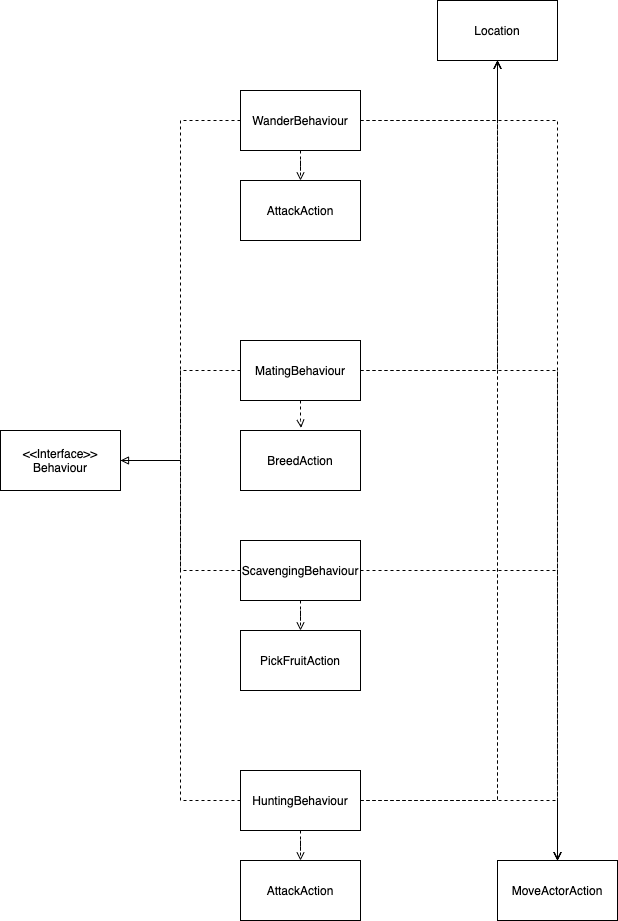
This is docs/FIT2099_A1_UML_Behaviour.png from Nochl/Jurrasic_Park_Sim, a draw.io export, as it was before one commit. Source tidied: cells renumbered, new cells last; positions are measured from the earlier drawing's top-left corner, leaving out a move shared by most shapes. Source of this version:
```xml
<mxGraphModel>
  <root>
    <mxCell id="0" />
    <mxCell id="1" parent="0" />
    <mxCell id="2" style="edgeStyle=orthogonalEdgeStyle;rounded=0;jettySize=auto;html=1;exitX=0;exitY=0.5;exitDx=0;exitDy=0;entryX=1;entryY=0.5;entryDx=0;entryDy=0;dashed=1;endArrow=block;endFill=0;" parent="1" edge="1" source="6" target="22">
      <mxGeometry relative="1" as="geometry">
        <Array as="points">
          <mxPoint x="180" y="120" />
          <mxPoint x="180" y="460" />
        </Array>
      </mxGeometry>
    </mxCell>
    <mxCell id="3" style="edgeStyle=orthogonalEdgeStyle;rounded=0;jettySize=auto;html=1;entryX=0.5;entryY=0;entryDx=0;entryDy=0;dashed=1;endArrow=open;endFill=0;" parent="1" edge="1" source="6" target="24">
      <mxGeometry relative="1" as="geometry" />
    </mxCell>
    <mxCell id="4" style="edgeStyle=orthogonalEdgeStyle;rounded=0;jettySize=auto;html=1;dashed=1;endArrow=open;endFill=0;" parent="1" edge="1" source="6" target="25">
      <mxGeometry relative="1" as="geometry" />
    </mxCell>
    <mxCell id="5" style="edgeStyle=orthogonalEdgeStyle;rounded=0;jettySize=auto;html=1;entryX=0.5;entryY=0;entryDx=0;entryDy=0;dashed=1;endArrow=open;endFill=0;" parent="1" edge="1" source="6" target="28">
      <mxGeometry relative="1" as="geometry" />
    </mxCell>
    <mxCell id="6" value="WanderBehaviour" style="whiteSpace=wrap;html=1;" parent="1" vertex="1">
      <mxGeometry x="240" y="90" width="120" height="60" as="geometry" />
    </mxCell>
    <mxCell id="7" style="edgeStyle=orthogonalEdgeStyle;rounded=0;jettySize=auto;html=1;exitX=0;exitY=0.5;exitDx=0;exitDy=0;entryX=1;entryY=0.5;entryDx=0;entryDy=0;dashed=1;endArrow=none;endFill=0;" parent="1" edge="1" source="11" target="22">
      <mxGeometry relative="1" as="geometry">
        <Array as="points">
          <mxPoint x="180" y="370" />
          <mxPoint x="180" y="460" />
        </Array>
      </mxGeometry>
    </mxCell>
    <mxCell id="8" style="edgeStyle=orthogonalEdgeStyle;rounded=0;jettySize=auto;html=1;entryX=0.5;entryY=0;entryDx=0;entryDy=0;dashed=1;endArrow=open;endFill=0;" parent="1" edge="1" source="11" target="24">
      <mxGeometry relative="1" as="geometry" />
    </mxCell>
    <mxCell id="9" style="edgeStyle=orthogonalEdgeStyle;rounded=0;jettySize=auto;html=1;entryX=0.5;entryY=1;entryDx=0;entryDy=0;dashed=1;endArrow=open;endFill=0;" parent="1" edge="1" source="11" target="25">
      <mxGeometry relative="1" as="geometry" />
    </mxCell>
    <mxCell id="10" style="edgeStyle=orthogonalEdgeStyle;rounded=0;jettySize=auto;html=1;entryX=0.505;entryY=-0.044;entryDx=0;entryDy=0;entryPerimeter=0;dashed=1;endArrow=open;endFill=0;" parent="1" edge="1" source="11" target="27">
      <mxGeometry relative="1" as="geometry" />
    </mxCell>
    <mxCell id="11" value="MatingBehaviour" style="whiteSpace=wrap;html=1;" parent="1" vertex="1">
      <mxGeometry x="240" y="340" width="120" height="60" as="geometry" />
    </mxCell>
    <mxCell id="12" style="edgeStyle=orthogonalEdgeStyle;rounded=0;jettySize=auto;html=1;exitX=0;exitY=0.5;exitDx=0;exitDy=0;entryX=1;entryY=0.5;entryDx=0;entryDy=0;dashed=1;endArrow=none;endFill=0;" parent="1" edge="1" source="17" target="22">
      <mxGeometry relative="1" as="geometry">
        <Array as="points">
          <mxPoint x="180" y="800" />
          <mxPoint x="180" y="460" />
        </Array>
      </mxGeometry>
    </mxCell>
    <mxCell id="13" style="edgeStyle=orthogonalEdgeStyle;rounded=0;jettySize=auto;html=1;dashed=1;endArrow=open;endFill=0;" parent="1" edge="1" source="17" target="23">
      <mxGeometry relative="1" as="geometry" />
    </mxCell>
    <mxCell id="14" style="edgeStyle=orthogonalEdgeStyle;rounded=0;jettySize=auto;html=1;entryX=0.5;entryY=1;entryDx=0;entryDy=0;endArrow=open;endFill=0;dashed=1;" parent="1" edge="1" source="17" target="25">
      <mxGeometry relative="1" as="geometry" />
    </mxCell>
    <mxCell id="15" style="edgeStyle=orthogonalEdgeStyle;rounded=0;jettySize=auto;html=1;dashed=1;endArrow=open;endFill=0;" parent="1" edge="1" source="17">
      <mxGeometry relative="1" as="geometry">
        <mxPoint x="557" y="860" as="targetPoint" />
      </mxGeometry>
    </mxCell>
    <mxCell id="16" style="edgeStyle=orthogonalEdgeStyle;rounded=0;jettySize=auto;html=1;entryX=0.5;entryY=1;entryDx=0;entryDy=0;dashed=1;endArrow=open;endFill=0;" parent="1" edge="1" source="17" target="25">
      <mxGeometry relative="1" as="geometry" />
    </mxCell>
    <mxCell id="17" value="HuntingBehaviour" style="whiteSpace=wrap;html=1;" parent="1" vertex="1">
      <mxGeometry x="240" y="770" width="120" height="60" as="geometry" />
    </mxCell>
    <mxCell id="18" style="edgeStyle=orthogonalEdgeStyle;rounded=0;jettySize=auto;html=1;exitX=0;exitY=0.5;exitDx=0;exitDy=0;entryX=1;entryY=0.5;entryDx=0;entryDy=0;dashed=1;endArrow=none;endFill=0;" parent="1" edge="1" source="21" target="22">
      <mxGeometry relative="1" as="geometry">
        <Array as="points">
          <mxPoint x="180" y="570" />
          <mxPoint x="180" y="460" />
        </Array>
      </mxGeometry>
    </mxCell>
    <mxCell id="19" style="edgeStyle=orthogonalEdgeStyle;rounded=0;jettySize=auto;html=1;entryX=0.5;entryY=0;entryDx=0;entryDy=0;dashed=1;endArrow=open;endFill=0;" parent="1" edge="1" source="21" target="24">
      <mxGeometry relative="1" as="geometry" />
    </mxCell>
    <mxCell id="20" style="edgeStyle=orthogonalEdgeStyle;rounded=0;jettySize=auto;html=1;entryX=0.5;entryY=0;entryDx=0;entryDy=0;dashed=1;endArrow=open;endFill=0;" parent="1" edge="1" source="21" target="26">
      <mxGeometry relative="1" as="geometry" />
    </mxCell>
    <mxCell id="21" value="ScavengingBehaviour" style="whiteSpace=wrap;html=1;" parent="1" vertex="1">
      <mxGeometry x="240" y="540" width="120" height="60" as="geometry" />
    </mxCell>
    <mxCell id="22" value="&amp;lt;&amp;lt;Interface&amp;gt;&amp;gt;&lt;br&gt;Behaviour" style="whiteSpace=wrap;html=1;" parent="1" vertex="1">
      <mxGeometry y="430" width="120" height="60" as="geometry" />
    </mxCell>
    <mxCell id="23" value="AttackAction" style="whiteSpace=wrap;html=1;" parent="1" vertex="1">
      <mxGeometry x="240" y="860" width="120" height="60" as="geometry" />
    </mxCell>
    <mxCell id="24" value="MoveActorAction" style="whiteSpace=wrap;html=1;" parent="1" vertex="1">
      <mxGeometry x="497" y="860" width="120" height="60" as="geometry" />
    </mxCell>
    <mxCell id="25" value="Location" style="whiteSpace=wrap;html=1;" parent="1" vertex="1">
      <mxGeometry x="437" width="120" height="60" as="geometry" />
    </mxCell>
    <mxCell id="26" value="PickFruitAction" style="whiteSpace=wrap;html=1;" parent="1" vertex="1">
      <mxGeometry x="240" y="630" width="120" height="60" as="geometry" />
    </mxCell>
    <mxCell id="27" value="BreedAction" style="whiteSpace=wrap;html=1;" parent="1" vertex="1">
      <mxGeometry x="240" y="430" width="120" height="60" as="geometry" />
    </mxCell>
    <mxCell id="28" value="AttackAction" style="whiteSpace=wrap;html=1;" parent="1" vertex="1">
      <mxGeometry x="240" y="180" width="120" height="60" as="geometry" />
    </mxCell>
  </root>
</mxGraphModel>
```
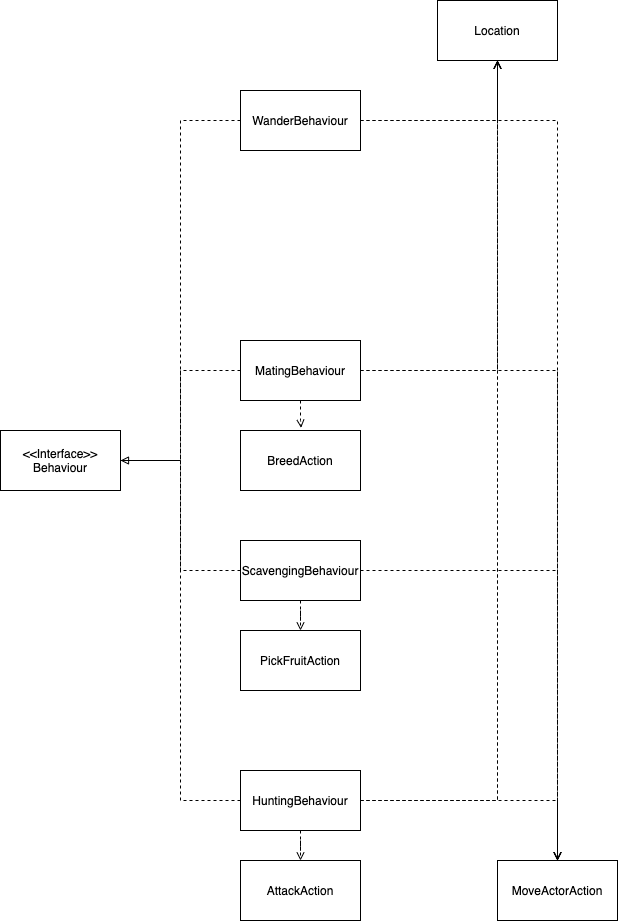
After the commit.

Commit message:
Altered UML Class Diagrams

Diff of the diagram source:
```diff
@@ -16,9 +16,6 @@
     <mxCell id="4" style="edgeStyle=orthogonalEdgeStyle;rounded=0;jettySize=auto;html=1;dashed=1;endArrow=open;endFill=0;" parent="1" edge="1" source="6" target="25">
       <mxGeometry relative="1" as="geometry" />
     </mxCell>
-    <mxCell id="5" style="edgeStyle=orthogonalEdgeStyle;rounded=0;jettySize=auto;html=1;entryX=0.5;entryY=0;entryDx=0;entryDy=0;dashed=1;endArrow=open;endFill=0;" parent="1" edge="1" source="6" target="28">
-      <mxGeometry relative="1" as="geometry" />
-    </mxCell>
     <mxCell id="6" value="WanderBehaviour" style="whiteSpace=wrap;html=1;" parent="1" vertex="1">
       <mxGeometry x="240" y="90" width="120" height="60" as="geometry" />
     </mxCell>
@@ -102,8 +99,5 @@
     <mxCell id="27" value="BreedAction" style="whiteSpace=wrap;html=1;" parent="1" vertex="1">
       <mxGeometry x="240" y="430" width="120" height="60" as="geometry" />
     </mxCell>
-    <mxCell id="28" value="AttackAction" style="whiteSpace=wrap;html=1;" parent="1" vertex="1">
-      <mxGeometry x="240" y="180" width="120" height="60" as="geometry" />
-    </mxCell>
   </root>
 </mxGraphModel>
```
